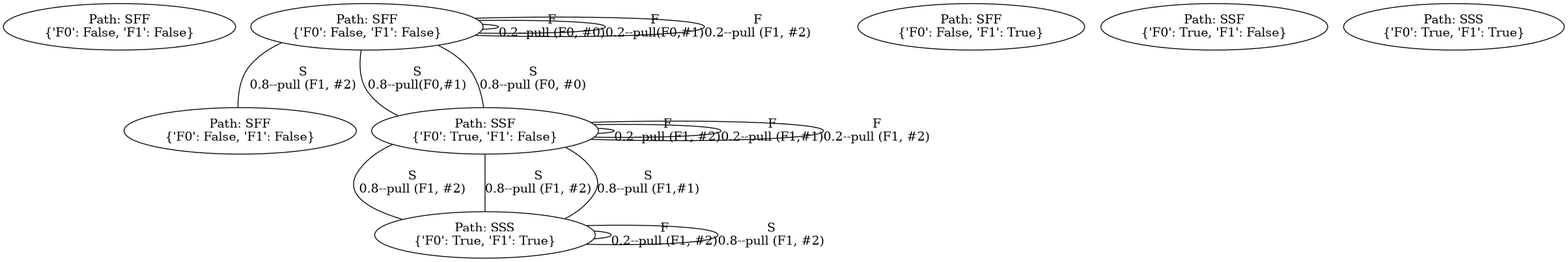
Earlier version of the Graphviz export G.gv.png (YasinBoloorchi/WARP-Simulator). Its source is kept beside it as G.gv.
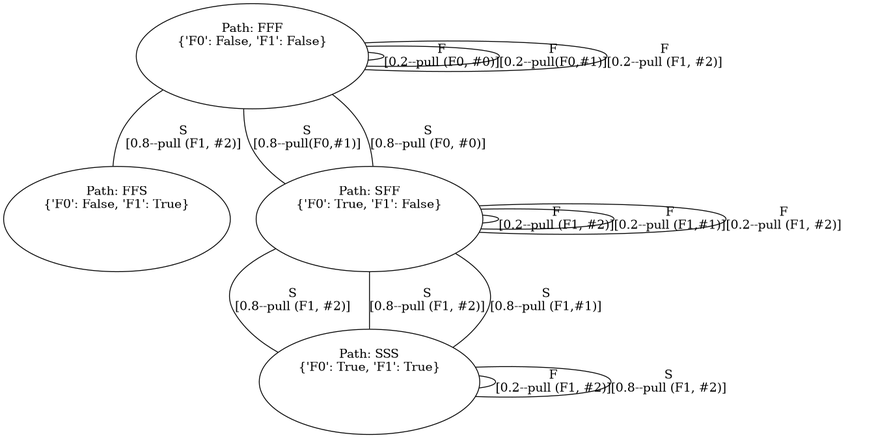
The same file after the commit.

Change to the diagram source:
```diff
@@ -1,88 +1,114 @@
 graph G {
-	"{'F0': False, 'F1': False}" [label="Path:
-{'F0': False, 'F1': False}"]
-	FF [label="Path: S
-{'F0': False, 'F1': False}"]
+	FF [label="Path: F
+{'F0': False, 'F1': False}
+
+
+
+"]
 	FF -- FF [label="F
-0.2--pull (F0, #0)"]
-	"{'F0': False, 'F1': False}" [label="Path: S
-{'F0': False, 'F1': False}"]
-	FF [label="Path: SF
-{'F0': False, 'F1': False}"]
+[0.2--pull (F0, #0)]"]
+	FF [label="Path: FF
+{'F0': False, 'F1': False}
+
+
+
+"]
 	FF -- FF [label="F
-0.2--pull(F0,#1)"]
-	"{'F0': False, 'F1': False}" [label="Path: SF
-{'F0': False, 'F1': False}"]
-	FF [label="Path: SFF
-{'F0': False, 'F1': False}"]
+[0.2--pull(F0,#1)]"]
+	FF [label="Path: FFF
+{'F0': False, 'F1': False}
+
+
+
+"]
 	FF -- FF [label="F
-0.2--pull (F1, #2)"]
-	"{'F0': False, 'F1': False}" [label="Path: SFF
-{'F0': False, 'F1': False}"]
-	FT [label="Path: SFF
-{'F0': False, 'F1': False}"]
+[0.2--pull (F1, #2)]"]
+	FT [label="Path: FFS
+{'F0': False, 'F1': True}
+
+
+
+"]
 	FF -- FT [label="S
-0.8--pull (F1, #2)"]
-	"{'F0': False, 'F1': True}" [label="Path: SFF
-{'F0': False, 'F1': True}"]
+[0.8--pull (F1, #2)]"]
+	TF [label="Path: FS
+{'F0': True, 'F1': False}
+
+
+
+"]
+	FF -- TF [label="S
+[0.8--pull(F0,#1)]"]
+	TF [label="Path: FSF
+{'F0': True, 'F1': False}
+
+
+
+"]
+	TF -- TF [label="F
+[0.2--pull (F1, #2)]"]
+	TT [label="Path: FSS
+{'F0': True, 'F1': True}
+
+
+
+"]
+	TF -- TT [label="S
+[0.8--pull (F1, #2)]"]
+	TF [label="Path: S
+{'F0': True, 'F1': False}
+
+
+
+"]
+	FF -- TF [label="S
+[0.8--pull (F0, #0)]"]
 	TF [label="Path: SF
-{'F0': False, 'F1': False}"]
-	FF -- TF [label="S
-0.8--pull(F0,#1)"]
-	"{'F0': True, 'F1': False}" [label="Path: SF
-{'F0': True, 'F1': False}"]
-	TF [label="Path: SFS
-{'F0': True, 'F1': False}"]
+{'F0': True, 'F1': False}
+
+
+
+"]
 	TF -- TF [label="F
-0.2--pull (F1, #2)"]
-	"{'F0': True, 'F1': False}" [label="Path: SFS
-{'F0': True, 'F1': False}"]
+[0.2--pull (F1,#1)]"]
+	TF [label="Path: SFF
+{'F0': True, 'F1': False}
+
+
+
+"]
+	TF -- TF [label="F
+[0.2--pull (F1, #2)]"]
 	TT [label="Path: SFS
-{'F0': True, 'F1': False}"]
+{'F0': True, 'F1': True}
+
+
+
+"]
 	TF -- TT [label="S
-0.8--pull (F1, #2)"]
-	"{'F0': True, 'F1': True}" [label="Path: SFS
-{'F0': True, 'F1': True}"]
-	TF [label="Path: S
-{'F0': False, 'F1': False}"]
-	FF -- TF [label="S
-0.8--pull (F0, #0)"]
-	"{'F0': True, 'F1': False}" [label="Path: S
-{'F0': True, 'F1': False}"]
-	TF [label="Path: SS
-{'F0': True, 'F1': False}"]
-	TF -- TF [label="F
-0.2--pull (F1,#1)"]
-	"{'F0': True, 'F1': False}" [label="Path: SS
-{'F0': True, 'F1': False}"]
-	TF [label="Path: SSF
-{'F0': True, 'F1': False}"]
-	TF -- TF [label="F
-0.2--pull (F1, #2)"]
-	"{'F0': True, 'F1': False}" [label="Path: SSF
-{'F0': True, 'F1': False}"]
+[0.8--pull (F1, #2)]"]
+	TT [label="Path: SS
+{'F0': True, 'F1': True}
+
+
+
+"]
+	TF -- TT [label="S
+[0.8--pull (F1,#1)]"]
 	TT [label="Path: SSF
-{'F0': True, 'F1': False}"]
-	TF -- TT [label="S
-0.8--pull (F1, #2)"]
-	"{'F0': True, 'F1': True}" [label="Path: SSF
-{'F0': True, 'F1': True}"]
-	TT [label="Path: SS
-{'F0': True, 'F1': False}"]
-	TF -- TT [label="S
-0.8--pull (F1,#1)"]
-	"{'F0': True, 'F1': True}" [label="Path: SS
-{'F0': True, 'F1': True}"]
+{'F0': True, 'F1': True}
+
+
+
+"]
+	TT -- TT [label="F
+[0.2--pull (F1, #2)]"]
 	TT [label="Path: SSS
-{'F0': True, 'F1': True}"]
-	TT -- TT [label="F
-0.2--pull (F1, #2)"]
-	"{'F0': True, 'F1': True}" [label="Path: SSS
-{'F0': True, 'F1': True}"]
-	TT [label="Path: SSS
-{'F0': True, 'F1': True}"]
+{'F0': True, 'F1': True}
+
+
+
+"]
 	TT -- TT [label="S
-0.8--pull (F1, #2)"]
-	"{'F0': True, 'F1': True}" [label="Path: SSS
-{'F0': True, 'F1': True}"]
+[0.8--pull (F1, #2)]"]
 }
```
